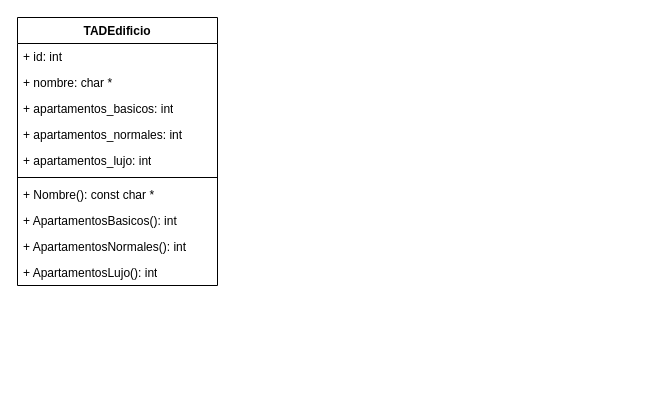
The draw.io diagram page "Página-3" (3 of 6) of assets/draws/program.drawio in lugonzalg/GesRAE, before the edit. Source tidied: cells renumbered, new cells numbered last; positions are measured from the earlier drawing's top-left corner, leaving out a move shared by most shapes. Both pictures are drawn from the tidied source at 100%, with x=0, y=0 at pixel (17, 17).
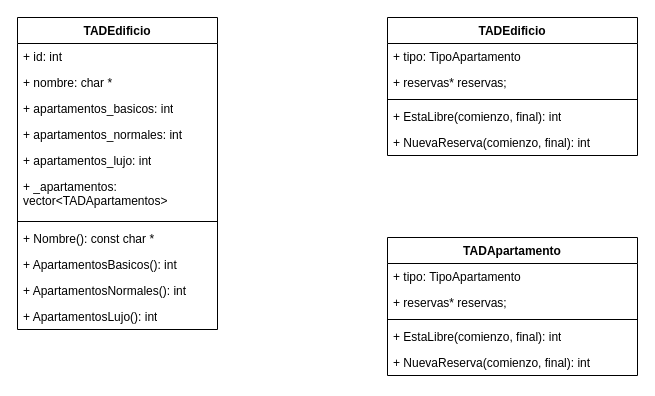
The same diagram, later.

Diff of the diagram source:
```diff
@@
     <mxCell id="2" value="TADEdificio" style="swimlane;fontStyle=1;align=center;verticalAlign=top;horizontal=1;startSize=26;whiteSpace=wrap;html=1;" parent="1" vertex="1">
-      <mxGeometry width="200" height="268" as="geometry" />
+      <mxGeometry width="200" height="312" as="geometry" />
     </mxCell>
@@
+    <mxCell id="13" value="+ _apartamentos: vector&amp;lt;TADApartamentos&amp;gt;" style="text;strokeColor=none;fillColor=none;align=left;verticalAlign=top;spacingLeft=4;spacingRight=4;overflow=hidden;whiteSpace=wrap;html=1;" parent="2" vertex="1">
+      <mxGeometry y="156" width="200" height="44" as="geometry" />
+    </mxCell>
     <mxCell id="8" style="line;strokeWidth=1;fillColor=none;align=left;verticalAlign=middle;spacingTop=-1;spacingLeft=3;spacingRight=3;labelPosition=right;strokeColor=inherit;" parent="2" vertex="1">
-      <mxGeometry y="156" width="200" height="8" as="geometry" />
+      <mxGeometry y="200" width="200" height="8" as="geometry" />
     </mxCell>
     <mxCell id="9" value="+ Nombre(): const char *" style="text;strokeColor=none;fillColor=none;align=left;verticalAlign=top;spacingLeft=4;spacingRight=4;overflow=hidden;whiteSpace=wrap;html=1;" parent="2" vertex="1">
-      <mxGeometry y="164" width="200" height="26" as="geometry" />
+      <mxGeometry y="208" width="200" height="26" as="geometry" />
     </mxCell>
     <mxCell id="10" value="+ ApartamentosBasicos(): int" style="text;strokeColor=none;fillColor=none;align=left;verticalAlign=top;spacingLeft=4;spacingRight=4;overflow=hidden;whiteSpace=wrap;html=1;" parent="2" vertex="1">
-      <mxGeometry y="190" width="200" height="26" as="geometry" />
+      <mxGeometry y="234" width="200" height="26" as="geometry" />
     </mxCell>
     <mxCell id="11" value="+ ApartamentosNormales(): int" style="text;strokeColor=none;fillColor=none;align=left;verticalAlign=top;spacingLeft=4;spacingRight=4;overflow=hidden;whiteSpace=wrap;html=1;" parent="2" vertex="1">
-      <mxGeometry y="216" width="200" height="26" as="geometry" />
+      <mxGeometry y="260" width="200" height="26" as="geometry" />
     </mxCell>
     <mxCell id="12" value="+ ApartamentosLujo(): int" style="text;strokeColor=none;fillColor=none;align=left;verticalAlign=top;spacingLeft=4;spacingRight=4;overflow=hidden;whiteSpace=wrap;html=1;" parent="2" vertex="1">
-      <mxGeometry y="242" width="200" height="26" as="geometry" />
+      <mxGeometry y="286" width="200" height="26" as="geometry" />
     </mxCell>
+    <mxCell id="14" value="TADEdificio" style="swimlane;fontStyle=1;align=center;verticalAlign=top;horizontal=1;startSize=26;whiteSpace=wrap;html=1;" parent="1" vertex="1">
+      <mxGeometry x="370" width="250" height="138" as="geometry" />
+    </mxCell>
+    <mxCell id="15" value="+ tipo: TipoApartamento" style="text;strokeColor=none;fillColor=none;align=left;verticalAlign=top;spacingLeft=4;spacingRight=4;overflow=hidden;whiteSpace=wrap;html=1;" parent="14" vertex="1">
+      <mxGeometry y="26" width="250" height="26" as="geometry" />
+    </mxCell>
+    <mxCell id="16" value="+ reservas* reservas;" style="text;strokeColor=none;fillColor=none;align=left;verticalAlign=top;spacingLeft=4;spacingRight=4;overflow=hidden;whiteSpace=wrap;html=1;" parent="14" vertex="1">
+      <mxGeometry y="52" width="250" height="26" as="geometry" />
+    </mxCell>
+    <mxCell id="17" style="line;strokeWidth=1;fillColor=none;align=left;verticalAlign=middle;spacingTop=-1;spacingLeft=3;spacingRight=3;labelPosition=right;strokeColor=inherit;" parent="14" vertex="1">
+      <mxGeometry y="78" width="250" height="8" as="geometry" />
+    </mxCell>
+    <mxCell id="18" value="+ EstaLibre(comienzo, final): int" style="text;strokeColor=none;fillColor=none;align=left;verticalAlign=top;spacingLeft=4;spacingRight=4;overflow=hidden;whiteSpace=wrap;html=1;" parent="14" vertex="1">
+      <mxGeometry y="86" width="250" height="26" as="geometry" />
+    </mxCell>
+    <mxCell id="19" value="+ NuevaReserva(comienzo, final): int" style="text;strokeColor=none;fillColor=none;align=left;verticalAlign=top;spacingLeft=4;spacingRight=4;overflow=hidden;whiteSpace=wrap;html=1;" parent="14" vertex="1">
+      <mxGeometry y="112" width="250" height="26" as="geometry" />
+    </mxCell>
+    <mxCell id="20" value="TADApartamento" style="swimlane;fontStyle=1;align=center;verticalAlign=top;horizontal=1;startSize=26;whiteSpace=wrap;html=1;" parent="1" vertex="1">
+      <mxGeometry x="370" y="220" width="250" height="138" as="geometry" />
+    </mxCell>
+    <mxCell id="21" value="+ tipo: TipoApartamento" style="text;strokeColor=none;fillColor=none;align=left;verticalAlign=top;spacingLeft=4;spacingRight=4;overflow=hidden;whiteSpace=wrap;html=1;" parent="20" vertex="1">
+      <mxGeometry y="26" width="250" height="26" as="geometry" />
+    </mxCell>
+    <mxCell id="22" value="+ reservas* reservas;" style="text;strokeColor=none;fillColor=none;align=left;verticalAlign=top;spacingLeft=4;spacingRight=4;overflow=hidden;whiteSpace=wrap;html=1;" parent="20" vertex="1">
+      <mxGeometry y="52" width="250" height="26" as="geometry" />
+    </mxCell>
+    <mxCell id="23" style="line;strokeWidth=1;fillColor=none;align=left;verticalAlign=middle;spacingTop=-1;spacingLeft=3;spacingRight=3;labelPosition=right;strokeColor=inherit;" parent="20" vertex="1">
+      <mxGeometry y="78" width="250" height="8" as="geometry" />
+    </mxCell>
+    <mxCell id="24" value="+ EstaLibre(comienzo, final): int" style="text;strokeColor=none;fillColor=none;align=left;verticalAlign=top;spacingLeft=4;spacingRight=4;overflow=hidden;whiteSpace=wrap;html=1;" parent="20" vertex="1">
+      <mxGeometry y="86" width="250" height="26" as="geometry" />
+    </mxCell>
+    <mxCell id="25" value="+ NuevaReserva(comienzo, final): int" style="text;strokeColor=none;fillColor=none;align=left;verticalAlign=top;spacingLeft=4;spacingRight=4;overflow=hidden;whiteSpace=wrap;html=1;" parent="20" vertex="1">
+      <mxGeometry y="112" width="250" height="26" as="geometry" />
+    </mxCell>
```
